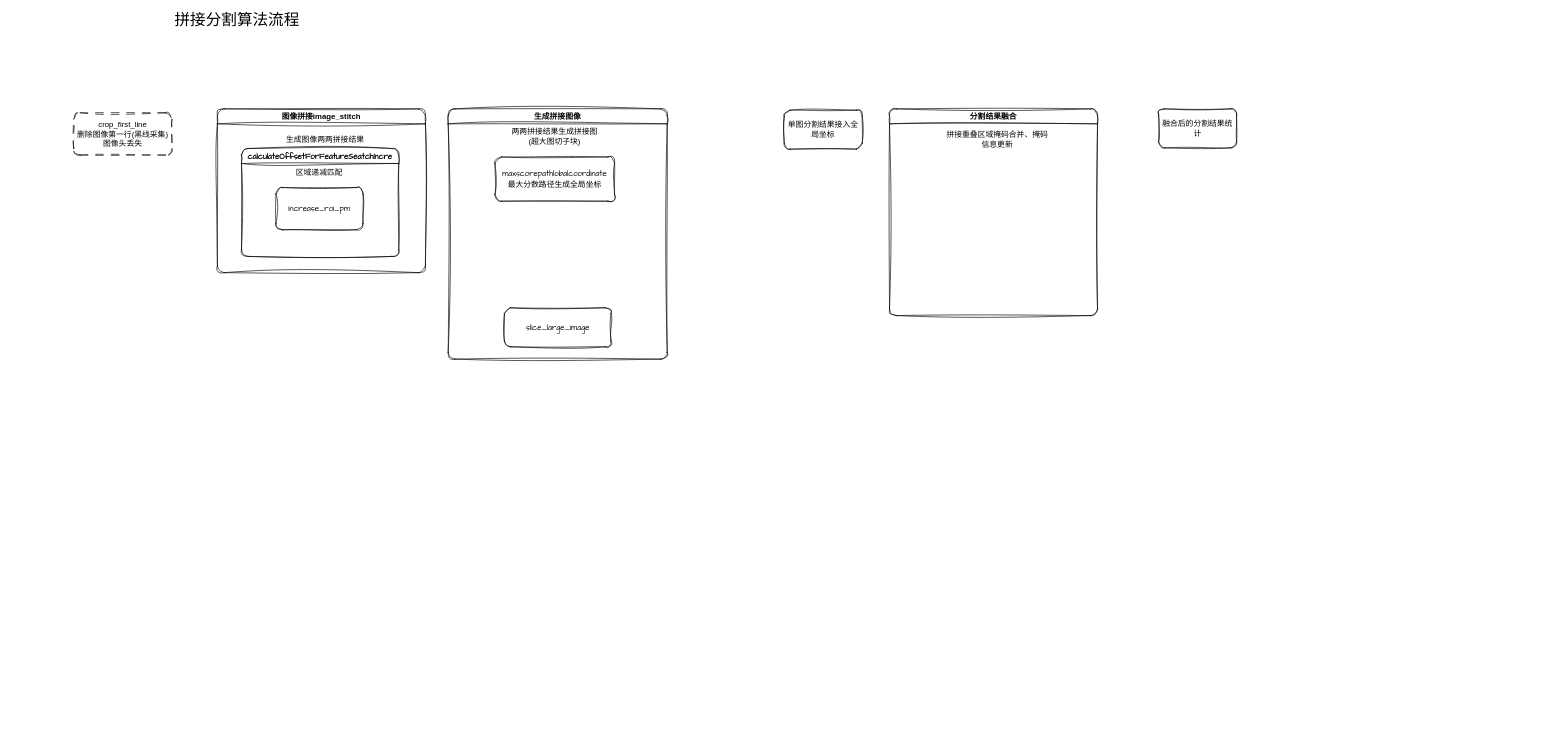
Above: drawio_folder/拼接分割算法流程.drawio in jinxianwei/drawio (draw.io), before the change. Source tidied: cells renumbered, new cells numbered last; positions are measured from the earlier drawing's top-left corner, leaving out a move shared by most shapes. Both pictures are drawn from the tidied source at 65%, with x=0, y=0 at pixel (73, 14).
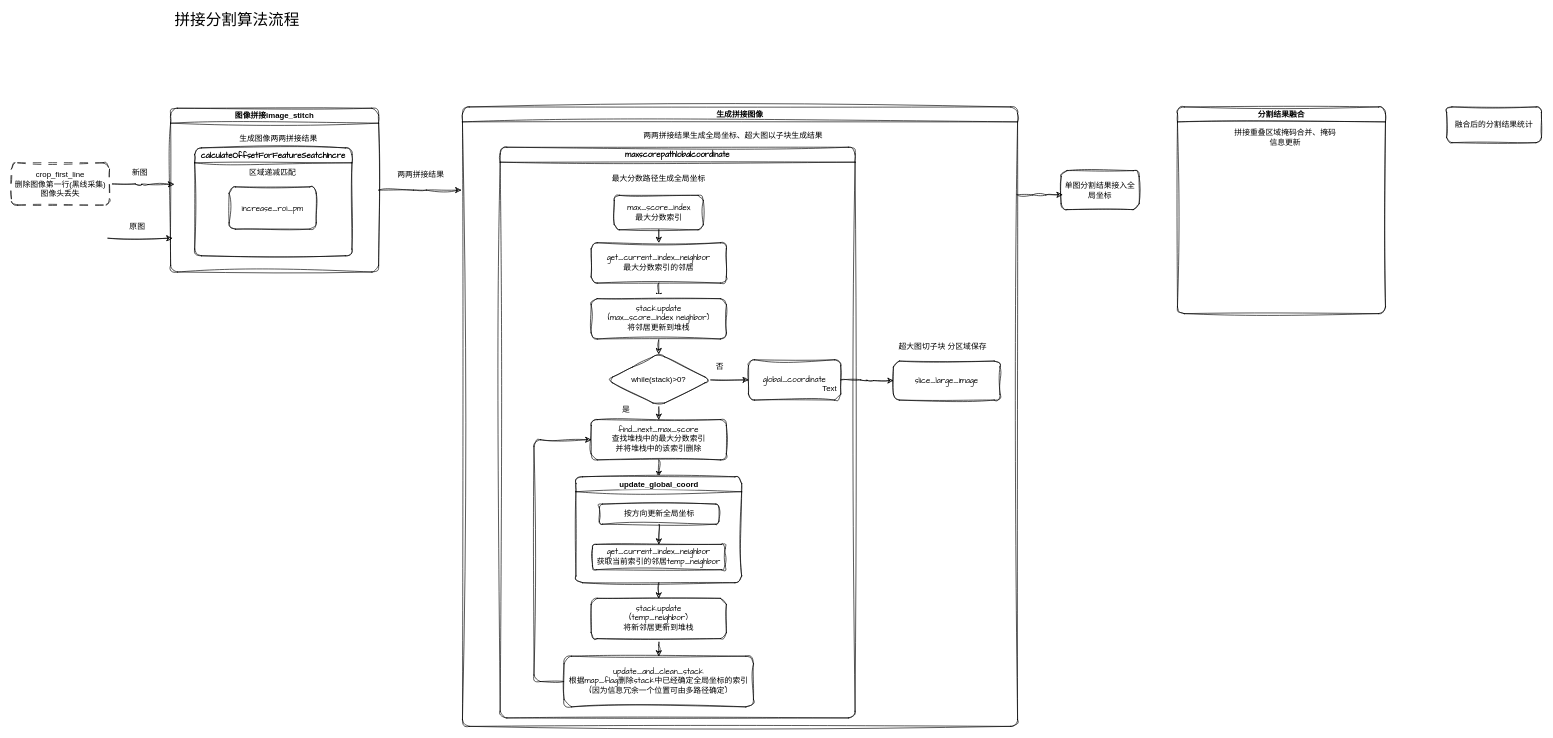
Above is the later version.

Commit message (it also covers changes not shown here):
更新拼接分割算法流程.drawio

The edit, as a diff of the source:
```diff
@@
+    <mxCell id="17" style="edgeStyle=orthogonalEdgeStyle;shape=connector;curved=0;rounded=1;sketch=1;jiggle=2;curveFitting=1;jettySize=auto;html=1;exitX=1;exitY=0.5;exitDx=0;exitDy=0;strokeColor=default;align=center;verticalAlign=middle;fontFamily=Helvetica;fontSize=12;fontColor=default;labelBackgroundColor=default;endArrow=classic;" parent="1" edge="1" source="3">
+      <mxGeometry relative="1" as="geometry">
+        <mxPoint x="154" y="262" as="targetPoint" />
+      </mxGeometry>
+    </mxCell>
     <mxCell id="3" value="crop_first_line&lt;br&gt;删除图像第一行(黑线采集)&lt;div&gt;图像头丢失&lt;/div&gt;" style="rounded=1;whiteSpace=wrap;html=1;sketch=1;curveFitting=1;jiggle=2;dashed=1;dashPattern=12 12;" parent="1" vertex="1">
-      <mxGeometry y="152" width="151" height="65" as="geometry" />
+      <mxGeometry x="-96" y="229" width="151" height="65" as="geometry" />
     </mxCell>
+    <mxCell id="18" style="edgeStyle=orthogonalEdgeStyle;shape=connector;curved=0;rounded=1;sketch=1;jiggle=2;curveFitting=1;jettySize=auto;html=1;exitX=1;exitY=0.5;exitDx=0;exitDy=0;strokeColor=default;align=center;verticalAlign=middle;fontFamily=Helvetica;fontSize=12;fontColor=default;labelBackgroundColor=default;endArrow=classic;" parent="1" edge="1" source="4">
+      <mxGeometry relative="1" as="geometry">
+        <mxPoint x="596" y="271" as="targetPoint" />
+      </mxGeometry>
+    </mxCell>
     <mxCell id="4" value="图像拼接image_stitch" style="swimlane;whiteSpace=wrap;html=1;rounded=1;sketch=1;jiggle=2;curveFitting=1;strokeColor=default;align=center;verticalAlign=middle;fontFamily=Helvetica;fontSize=12;fontColor=default;fillColor=default;" parent="1" vertex="1">
-      <mxGeometry x="221" y="146" width="320" height="252" as="geometry" />
+      <mxGeometry x="149" y="145" width="320" height="252" as="geometry" />
     </mxCell>
@@
     <mxCell id="9" value="生成拼接图像" style="swimlane;whiteSpace=wrap;html=1;rounded=1;sketch=1;jiggle=2;curveFitting=1;strokeColor=default;align=center;verticalAlign=middle;fontFamily=Helvetica;fontSize=12;fontColor=default;fillColor=default;" parent="1" vertex="1">
-      <mxGeometry x="576" y="146" width="337" height="385" as="geometry" />
+      <mxGeometry x="598" y="143" width="854" height="953" as="geometry" />
     </mxCell>
-    <mxCell id="10" value="两两拼接结果生成拼接图&lt;div&gt;(超大图切子块)&lt;/div&gt;" style="text;html=1;whiteSpace=wrap;strokeColor=none;fillColor=none;align=center;verticalAlign=middle;rounded=0;fontFamily=Helvetica;fontSize=12;fontColor=default;" parent="9" vertex="1">
-      <mxGeometry x="82" y="27" width="164" height="29" as="geometry" />
+    <mxCell id="10" value="两两拼接结果生成全局坐标、超大图以子块生成结果" style="text;html=1;whiteSpace=wrap;strokeColor=none;fillColor=none;align=center;verticalAlign=middle;rounded=0;fontFamily=Helvetica;fontSize=12;fontColor=default;" parent="9" vertex="1">
+      <mxGeometry x="254" y="29" width="325" height="29" as="geometry" />
     </mxCell>
-    <mxCell id="11" value="&lt;font face=&quot;Comic Sans MS&quot;&gt;maxscorepathlobalcoordinate&lt;/font&gt;&lt;div&gt;&lt;font face=&quot;Comic Sans MS&quot;&gt;最大分数路径生成全局坐标&lt;/font&gt;&lt;/div&gt;" style="rounded=1;whiteSpace=wrap;html=1;sketch=1;jiggle=2;curveFitting=1;strokeColor=default;align=center;verticalAlign=middle;fontFamily=Helvetica;fontSize=12;fontColor=default;fillColor=default;" parent="9" vertex="1">
-      <mxGeometry x="72" y="74" width="184" height="68" as="geometry" />
-    </mxCell>
+    <mxCell id="19" value="&lt;font face=&quot;Comic Sans MS&quot;&gt;maxscorepathlobalcoordinate&lt;/font&gt;" style="swimlane;whiteSpace=wrap;html=1;rounded=1;sketch=1;jiggle=2;curveFitting=1;strokeColor=default;align=center;verticalAlign=middle;fontFamily=Helvetica;fontSize=12;fontColor=default;fillColor=default;" parent="9" vertex="1">
+      <mxGeometry x="58" y="62" width="546" height="878" as="geometry" />
+    </mxCell>
+    <mxCell id="20" value="最大分数路径生成全局坐标" style="text;html=1;whiteSpace=wrap;strokeColor=none;fillColor=none;align=center;verticalAlign=middle;rounded=0;fontFamily=Helvetica;fontSize=12;fontColor=default;" parent="19" vertex="1">
+      <mxGeometry x="150" y="33" width="188" height="30" as="geometry" />
+    </mxCell>
+    <mxCell id="21" style="edgeStyle=orthogonalEdgeStyle;rounded=1;jettySize=auto;html=1;exitX=0.5;exitY=1;exitDx=0;exitDy=0;entryX=0.5;entryY=0;entryDx=0;entryDy=0;fontFamily=Helvetica;fontSize=12;fontColor=default;curved=0;sketch=1;curveFitting=1;jiggle=2;" parent="19" edge="1" source="22" target="24">
+      <mxGeometry relative="1" as="geometry" />
+    </mxCell>
+    <mxCell id="22" value="max_score_index&lt;div&gt;最大分数索引&lt;/div&gt;" style="rounded=1;whiteSpace=wrap;html=1;sketch=1;jiggle=2;curveFitting=1;strokeColor=default;align=center;verticalAlign=middle;fontFamily=Comic Sans MS;fontSize=12;fontColor=default;fillColor=default;" parent="19" vertex="1">
+      <mxGeometry x="175.5" y="74" width="137" height="53" as="geometry" />
+    </mxCell>
+    <mxCell id="23" style="edgeStyle=orthogonalEdgeStyle;shape=connector;curved=0;rounded=1;sketch=1;jiggle=2;curveFitting=1;jettySize=auto;html=1;exitX=0.5;exitY=1;exitDx=0;exitDy=0;entryX=0.5;entryY=0;entryDx=0;entryDy=0;strokeColor=default;align=center;verticalAlign=middle;fontFamily=Helvetica;fontSize=12;fontColor=default;labelBackgroundColor=default;endArrow=classic;" parent="19" edge="1" source="24" target="26">
+      <mxGeometry relative="1" as="geometry" />
+    </mxCell>
+    <mxCell id="24" value="get_current_index_neighbor&lt;div&gt;最大分数索引的邻居&lt;/div&gt;" style="rounded=1;whiteSpace=wrap;html=1;sketch=1;jiggle=2;curveFitting=1;strokeColor=default;align=center;verticalAlign=middle;fontFamily=Comic Sans MS;fontSize=12;fontColor=default;fillColor=default;" parent="19" vertex="1">
+      <mxGeometry x="140" y="147" width="208" height="62" as="geometry" />
+    </mxCell>
+    <mxCell id="25" style="edgeStyle=orthogonalEdgeStyle;shape=connector;curved=0;rounded=1;sketch=1;jiggle=2;curveFitting=1;jettySize=auto;html=1;exitX=0.5;exitY=1;exitDx=0;exitDy=0;entryX=0.5;entryY=0;entryDx=0;entryDy=0;strokeColor=default;align=center;verticalAlign=middle;fontFamily=Helvetica;fontSize=12;fontColor=default;labelBackgroundColor=default;endArrow=classic;" parent="19" edge="1" source="26" target="34">
+      <mxGeometry relative="1" as="geometry" />
+    </mxCell>
+    <mxCell id="26" value="stack.update&lt;div&gt;(max_score_index neighbor)&lt;/div&gt;&lt;div&gt;将邻居更新到堆栈&lt;/div&gt;" style="rounded=1;whiteSpace=wrap;html=1;sketch=1;jiggle=2;curveFitting=1;strokeColor=default;align=center;verticalAlign=middle;fontFamily=Comic Sans MS;fontSize=12;fontColor=default;fillColor=default;" parent="19" vertex="1">
+      <mxGeometry x="140" y="233" width="208" height="62" as="geometry" />
+    </mxCell>
+    <mxCell id="27" style="edgeStyle=orthogonalEdgeStyle;shape=connector;curved=0;rounded=1;sketch=1;jiggle=2;curveFitting=1;jettySize=auto;html=1;exitX=0.5;exitY=1;exitDx=0;exitDy=0;entryX=0.5;entryY=0;entryDx=0;entryDy=0;strokeColor=default;align=center;verticalAlign=middle;fontFamily=Helvetica;fontSize=12;fontColor=default;labelBackgroundColor=default;endArrow=classic;" parent="19" edge="1" source="28" target="36">
+      <mxGeometry relative="1" as="geometry" />
+    </mxCell>
+    <mxCell id="28" value="find_next_max_score&lt;br&gt;查找堆栈中的最大分数索引&lt;div&gt;并将堆栈中的该索引删除&lt;/div&gt;" style="rounded=1;whiteSpace=wrap;html=1;sketch=1;jiggle=2;curveFitting=1;strokeColor=default;align=center;verticalAlign=middle;fontFamily=Comic Sans MS;fontSize=12;fontColor=default;fillColor=default;" parent="19" vertex="1">
+      <mxGeometry x="140" y="419" width="208" height="62" as="geometry" />
+    </mxCell>
+    <mxCell id="29" style="edgeStyle=orthogonalEdgeStyle;shape=connector;curved=0;rounded=1;sketch=1;jiggle=2;curveFitting=1;jettySize=auto;html=1;exitX=0;exitY=0.5;exitDx=0;exitDy=0;entryX=0;entryY=0.5;entryDx=0;entryDy=0;strokeColor=default;align=center;verticalAlign=middle;fontFamily=Helvetica;fontSize=12;fontColor=default;labelBackgroundColor=default;endArrow=classic;" parent="19" edge="1" source="30" target="28">
+      <mxGeometry relative="1" as="geometry">
+        <Array as="points">
+          <mxPoint x="52" y="822" />
+          <mxPoint x="52" y="450" />
+        </Array>
+      </mxGeometry>
+    </mxCell>
+    <mxCell id="30" value="update_and_clean_stack&lt;div&gt;根据map_flag删除stack中已经确定全局坐标的索引&lt;/div&gt;&lt;div&gt;(因为信息冗余一个位置可由多路径确定)&lt;/div&gt;" style="rounded=1;whiteSpace=wrap;html=1;sketch=1;jiggle=2;curveFitting=1;strokeColor=default;align=center;verticalAlign=middle;fontFamily=Comic Sans MS;fontSize=12;fontColor=default;fillColor=default;" parent="19" vertex="1">
+      <mxGeometry x="98.2" y="783" width="291.5" height="78" as="geometry" />
+    </mxCell>
+    <mxCell id="31" value="global_coordinate" style="rounded=1;whiteSpace=wrap;html=1;sketch=1;jiggle=2;curveFitting=1;strokeColor=default;align=center;verticalAlign=middle;fontFamily=Comic Sans MS;fontSize=12;fontColor=default;fillColor=default;" parent="19" vertex="1">
+      <mxGeometry x="382" y="327" width="142" height="62" as="geometry" />
+    </mxCell>
+    <mxCell id="32" style="edgeStyle=orthogonalEdgeStyle;shape=connector;curved=0;rounded=1;sketch=1;jiggle=2;curveFitting=1;jettySize=auto;html=1;exitX=0.5;exitY=1;exitDx=0;exitDy=0;entryX=0.5;entryY=0;entryDx=0;entryDy=0;strokeColor=default;align=center;verticalAlign=middle;fontFamily=Helvetica;fontSize=12;fontColor=default;labelBackgroundColor=default;endArrow=classic;" parent="19" edge="1" source="34" target="28">
+      <mxGeometry relative="1" as="geometry" />
+    </mxCell>
+    <mxCell id="33" style="edgeStyle=orthogonalEdgeStyle;shape=connector;curved=0;rounded=1;sketch=1;jiggle=2;curveFitting=1;jettySize=auto;html=1;exitX=1;exitY=0.5;exitDx=0;exitDy=0;entryX=0;entryY=0.5;entryDx=0;entryDy=0;strokeColor=default;align=center;verticalAlign=middle;fontFamily=Helvetica;fontSize=12;fontColor=default;labelBackgroundColor=default;endArrow=classic;" parent="19" edge="1" source="34" target="31">
+      <mxGeometry relative="1" as="geometry" />
+    </mxCell>
+    <mxCell id="34" value="while(stack)&amp;gt;0?" style="rhombus;whiteSpace=wrap;html=1;rounded=1;sketch=1;jiggle=2;curveFitting=1;strokeColor=default;align=center;verticalAlign=middle;fontFamily=Helvetica;fontSize=12;fontColor=default;fillColor=default;" parent="19" vertex="1">
+      <mxGeometry x="164" y="318" width="160" height="80" as="geometry" />
+    </mxCell>
+    <mxCell id="35" style="edgeStyle=orthogonalEdgeStyle;shape=connector;curved=0;rounded=1;sketch=1;jiggle=2;curveFitting=1;jettySize=auto;html=1;exitX=0.5;exitY=1;exitDx=0;exitDy=0;entryX=0.5;entryY=0;entryDx=0;entryDy=0;strokeColor=default;align=center;verticalAlign=middle;fontFamily=Helvetica;fontSize=12;fontColor=default;labelBackgroundColor=default;endArrow=classic;" parent="19" edge="1" source="36" target="41">
+      <mxGeometry relative="1" as="geometry" />
+    </mxCell>
+    <mxCell id="36" value="update_global_coord" style="swimlane;whiteSpace=wrap;html=1;rounded=1;sketch=1;jiggle=2;curveFitting=1;strokeColor=default;align=center;verticalAlign=middle;fontFamily=Helvetica;fontSize=12;fontColor=default;labelBackgroundColor=default;fillColor=default;" parent="19" vertex="1">
+      <mxGeometry x="116.5" y="507" width="255" height="163" as="geometry" />
+    </mxCell>
+    <mxCell id="37" value="get_current_index_neighbor&lt;div&gt;获取当前索引的邻居&lt;span style=&quot;background-color: transparent; color: light-dark(rgb(0, 0, 0), rgb(255, 255, 255));&quot;&gt;temp_neighbor&lt;/span&gt;&lt;/div&gt;" style="rounded=1;whiteSpace=wrap;html=1;sketch=1;jiggle=2;curveFitting=1;strokeColor=default;align=center;verticalAlign=middle;fontFamily=Comic Sans MS;fontSize=12;fontColor=default;fillColor=default;" parent="36" vertex="1">
+      <mxGeometry x="25.5" y="104" width="204" height="39" as="geometry" />
+    </mxCell>
+    <mxCell id="38" style="edgeStyle=orthogonalEdgeStyle;shape=connector;curved=0;rounded=1;sketch=1;jiggle=2;curveFitting=1;jettySize=auto;html=1;exitX=0.5;exitY=1;exitDx=0;exitDy=0;entryX=0.5;entryY=0;entryDx=0;entryDy=0;strokeColor=default;align=center;verticalAlign=middle;fontFamily=Helvetica;fontSize=12;fontColor=default;labelBackgroundColor=default;endArrow=classic;" parent="36" edge="1" source="39" target="37">
+      <mxGeometry relative="1" as="geometry" />
+    </mxCell>
+    <mxCell id="39" value="按方向更新全局坐标" style="rounded=1;whiteSpace=wrap;html=1;sketch=1;jiggle=2;curveFitting=1;strokeColor=default;align=center;verticalAlign=middle;fontFamily=Comic Sans MS;fontSize=12;fontColor=default;fillColor=default;" parent="36" vertex="1">
+      <mxGeometry x="36" y="42" width="184" height="31" as="geometry" />
+    </mxCell>
+    <mxCell id="40" style="edgeStyle=orthogonalEdgeStyle;shape=connector;curved=0;rounded=1;sketch=1;jiggle=2;curveFitting=1;jettySize=auto;html=1;exitX=0.5;exitY=1;exitDx=0;exitDy=0;strokeColor=default;align=center;verticalAlign=middle;fontFamily=Helvetica;fontSize=12;fontColor=default;labelBackgroundColor=default;endArrow=classic;" parent="19" edge="1" source="41" target="30">
+      <mxGeometry relative="1" as="geometry" />
+    </mxCell>
+    <mxCell id="41" value="stack.update&lt;div&gt;(temp_neighbor)&lt;/div&gt;&lt;div&gt;将新邻居更新到堆栈&lt;/div&gt;" style="rounded=1;whiteSpace=wrap;html=1;sketch=1;jiggle=2;curveFitting=1;strokeColor=default;align=center;verticalAlign=middle;fontFamily=Comic Sans MS;fontSize=12;fontColor=default;fillColor=default;" parent="19" vertex="1">
+      <mxGeometry x="140" y="694" width="208" height="62" as="geometry" />
+    </mxCell>
+    <mxCell id="42" value="否" style="text;html=1;whiteSpace=wrap;strokeColor=none;fillColor=none;align=center;verticalAlign=middle;rounded=0;fontFamily=Helvetica;fontSize=12;fontColor=default;labelBackgroundColor=default;" parent="19" vertex="1">
+      <mxGeometry x="308" y="322" width="60" height="30" as="geometry" />
+    </mxCell>
+    <mxCell id="43" value="是" style="text;html=1;whiteSpace=wrap;strokeColor=none;fillColor=none;align=center;verticalAlign=middle;rounded=0;fontFamily=Helvetica;fontSize=12;fontColor=default;labelBackgroundColor=default;" parent="19" vertex="1">
+      <mxGeometry x="164" y="389" width="60" height="30" as="geometry" />
+    </mxCell>
     <mxCell id="12" value="&lt;font face=&quot;Comic Sans MS&quot;&gt;slice_large_image&lt;/font&gt;" style="rounded=1;whiteSpace=wrap;html=1;sketch=1;jiggle=2;curveFitting=1;strokeColor=default;align=center;verticalAlign=middle;fontFamily=Helvetica;fontSize=12;fontColor=default;fillColor=default;" parent="9" vertex="1">
-      <mxGeometry x="86.5" y="306" width="164" height="60" as="geometry" />
+      <mxGeometry x="663" y="391" width="164" height="60" as="geometry" />
     </mxCell>
+    <mxCell id="44" style="edgeStyle=orthogonalEdgeStyle;shape=connector;curved=0;rounded=1;sketch=1;jiggle=2;curveFitting=1;jettySize=auto;html=1;exitX=1;exitY=0.5;exitDx=0;exitDy=0;entryX=0;entryY=0.5;entryDx=0;entryDy=0;strokeColor=default;align=center;verticalAlign=middle;fontFamily=Helvetica;fontSize=12;fontColor=default;labelBackgroundColor=default;endArrow=classic;" parent="9" edge="1" source="31" target="12">
+      <mxGeometry relative="1" as="geometry" />
+    </mxCell>
+    <mxCell id="45" value="超大图切子块 分区域保存" style="text;html=1;whiteSpace=wrap;strokeColor=none;fillColor=none;align=center;verticalAlign=middle;rounded=0;fontFamily=Helvetica;fontSize=12;fontColor=default;labelBackgroundColor=default;" parent="9" vertex="1">
+      <mxGeometry x="665" y="354" width="148" height="30" as="geometry" />
+    </mxCell>
     <mxCell id="13" value="单图分割结果接入全局坐标" style="rounded=1;whiteSpace=wrap;html=1;sketch=1;jiggle=2;curveFitting=1;strokeColor=default;align=center;verticalAlign=middle;fontFamily=Helvetica;fontSize=12;fontColor=default;fillColor=default;" parent="1" vertex="1">
-      <mxGeometry x="1093" y="148" width="120" height="60" as="geometry" />
+      <mxGeometry x="1519" y="241" width="120" height="60" as="geometry" />
     </mxCell>
     <mxCell id="14" value="分割结果融合" style="swimlane;whiteSpace=wrap;html=1;rounded=1;sketch=1;jiggle=2;curveFitting=1;strokeColor=default;align=center;verticalAlign=middle;fontFamily=Helvetica;fontSize=12;fontColor=default;fillColor=default;" parent="1" vertex="1">
-      <mxGeometry x="1255" y="146" width="320" height="318" as="geometry" />
+      <mxGeometry x="1698" y="143" width="320" height="318" as="geometry" />
     </mxCell>
@@
     <mxCell id="16" value="融合后的分割结果统计" style="rounded=1;whiteSpace=wrap;html=1;sketch=1;jiggle=2;curveFitting=1;strokeColor=default;align=center;verticalAlign=middle;fontFamily=Helvetica;fontSize=12;fontColor=default;fillColor=default;" parent="1" vertex="1">
-      <mxGeometry x="1669" y="146" width="120" height="60" as="geometry" />
+      <mxGeometry x="2112" y="143" width="146" height="55" as="geometry" />
     </mxCell>
+    <mxCell id="46" value="Text" style="text;html=1;whiteSpace=wrap;strokeColor=none;fillColor=none;align=center;verticalAlign=middle;rounded=0;fontFamily=Helvetica;fontSize=12;fontColor=default;labelBackgroundColor=default;" parent="1" vertex="1">
+      <mxGeometry x="1133" y="561" width="60" height="30" as="geometry" />
+    </mxCell>
+    <mxCell id="47" value="两两拼接结果" style="text;html=1;whiteSpace=wrap;strokeColor=none;fillColor=none;align=center;verticalAlign=middle;rounded=0;fontFamily=Helvetica;fontSize=12;fontColor=default;labelBackgroundColor=default;" parent="1" vertex="1">
+      <mxGeometry x="496" y="232" width="76" height="30" as="geometry" />
+    </mxCell>
+    <mxCell id="48" value="新图" style="text;html=1;whiteSpace=wrap;strokeColor=none;fillColor=none;align=center;verticalAlign=middle;rounded=0;fontFamily=Helvetica;fontSize=12;fontColor=default;labelBackgroundColor=default;" parent="1" vertex="1">
+      <mxGeometry x="64" y="229" width="76" height="30" as="geometry" />
+    </mxCell>
+    <mxCell id="49" style="edgeStyle=orthogonalEdgeStyle;shape=connector;curved=0;rounded=1;sketch=1;jiggle=2;curveFitting=1;orthogonalLoop=1;jettySize=auto;html=1;exitX=1;exitY=0.5;exitDx=0;exitDy=0;strokeColor=default;align=center;verticalAlign=middle;fontFamily=Helvetica;fontSize=12;fontColor=default;labelBackgroundColor=default;endArrow=classic;" parent="1" edge="1">
+      <mxGeometry relative="1" as="geometry">
+        <mxPoint x="52.5" y="345" as="sourcePoint" />
+        <mxPoint x="151.5" y="345" as="targetPoint" />
+      </mxGeometry>
+    </mxCell>
+    <mxCell id="50" value="原图" style="text;html=1;whiteSpace=wrap;strokeColor=none;fillColor=none;align=center;verticalAlign=middle;rounded=0;fontFamily=Helvetica;fontSize=12;fontColor=default;labelBackgroundColor=default;" parent="1" vertex="1">
+      <mxGeometry x="60" y="312" width="76" height="30" as="geometry" />
+    </mxCell>
+    <mxCell id="51" style="endArrow=classic;html=1;rounded=1;sketch=1;jiggle=2;curveFitting=1;strokeColor=default;align=center;verticalAlign=middle;fontFamily=Helvetica;fontSize=12;fontColor=default;labelBackgroundColor=default;edgeStyle=orthogonalEdgeStyle;curved=0;entryX=0.017;entryY=0.617;entryDx=0;entryDy=0;entryPerimeter=0;" parent="1" edge="1" target="13">
+      <mxGeometry relative="1" as="geometry">
+        <mxPoint x="1451" y="278" as="sourcePoint" />
+      </mxGeometry>
+    </mxCell>
```
